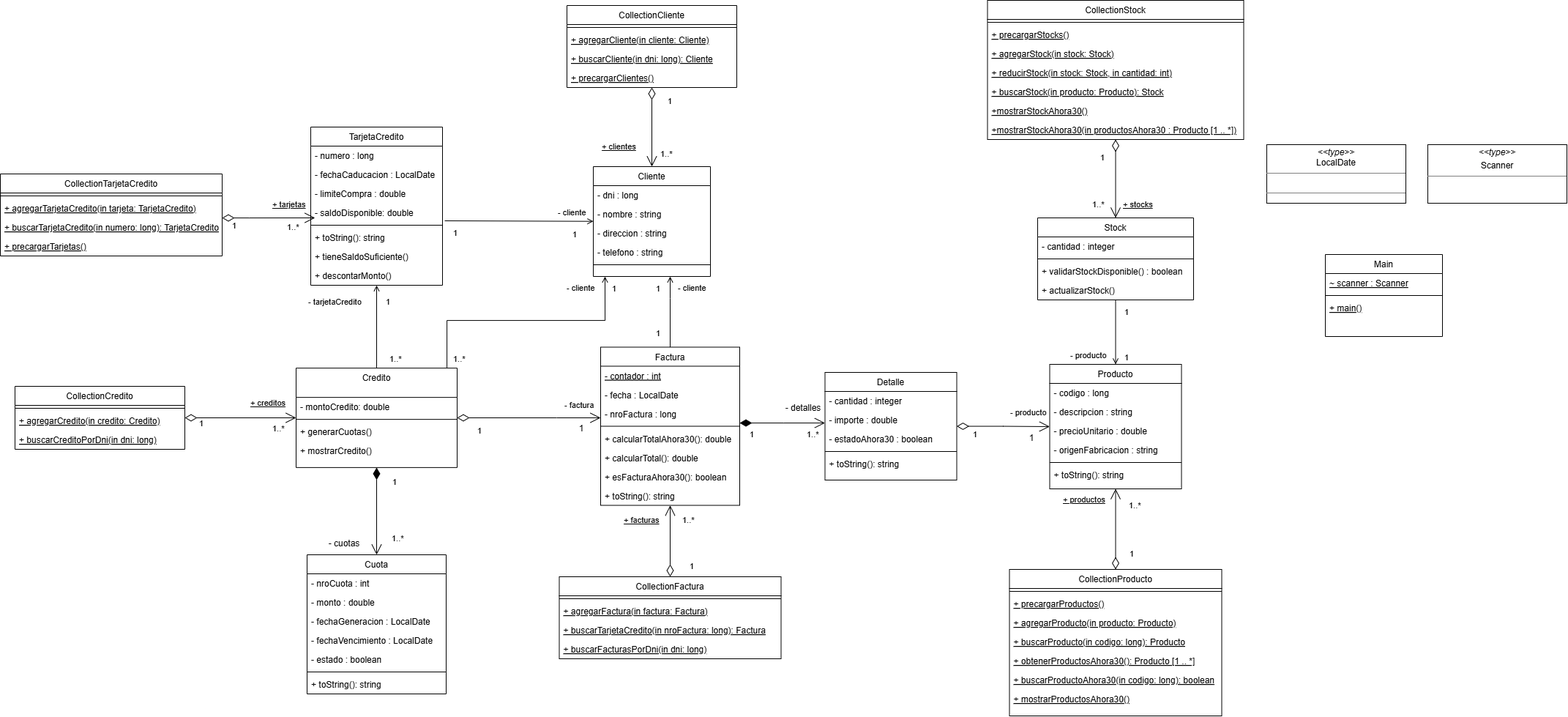
Before: UMLs/diagramatp7grupo6.drawio.png, a diagram exported from draw.io (santip019/tp7_grupo6). Source tidied: cells renumbered, new cells last; positions are measured from the earlier drawing's top-left corner, leaving out a move shared by most shapes.
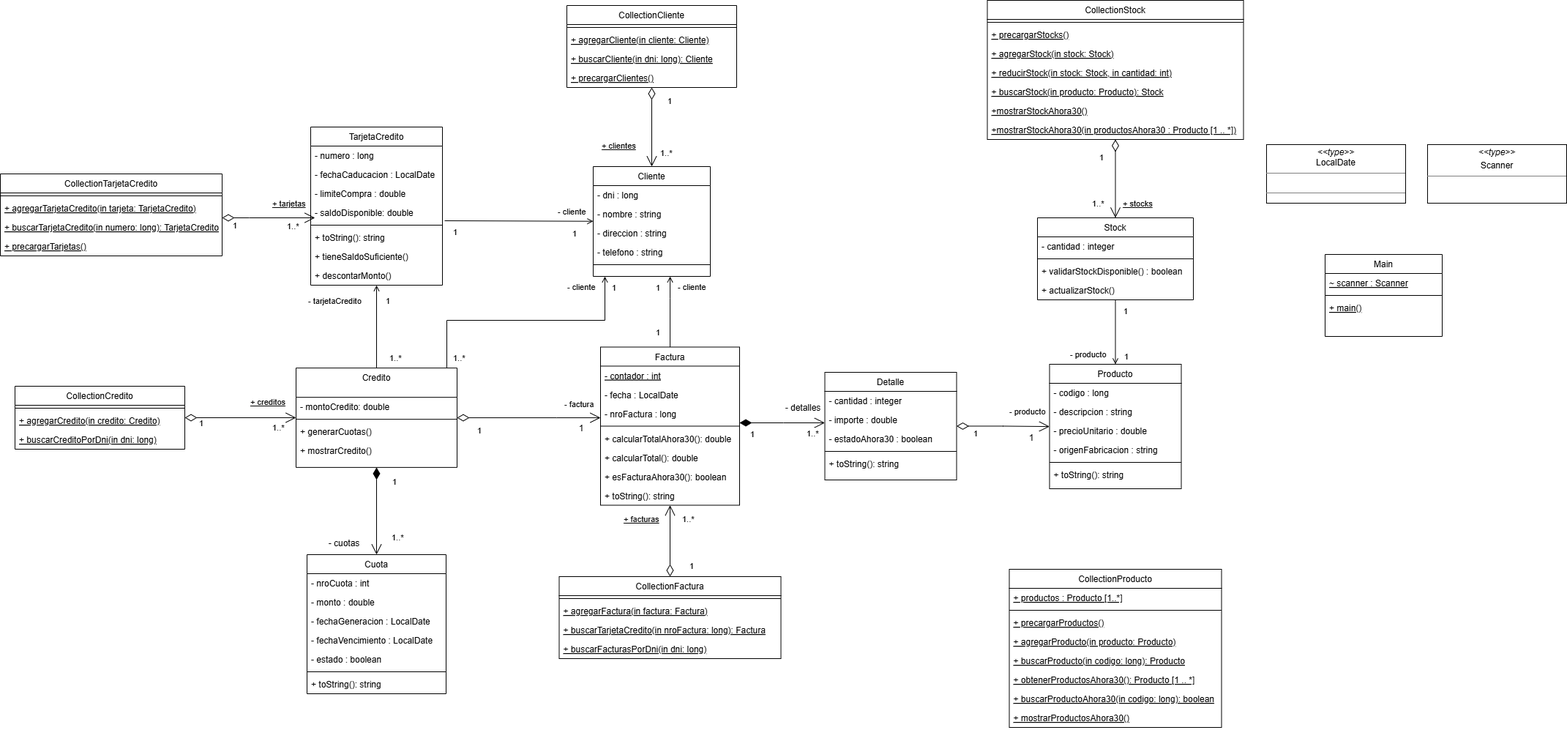
The same diagram one commit later.

Change to the diagram source:
```diff
@@ -371,40 +371,32 @@
       <mxGeometry y="138" width="180" height="26" as="geometry" />
     </mxCell>
     <mxCell id="116" value="CollectionProducto" style="swimlane;fontStyle=0;align=center;verticalAlign=top;horizontal=1;startSize=26;rounded=0;shadow=0;strokeWidth=1;" parent="1" vertex="1">
-      <mxGeometry x="1378.5" y="777" width="290" height="200" as="geometry" />
+      <mxGeometry x="1378.5" y="777" width="290" height="216" as="geometry" />
     </mxCell>
+    <mxCell id="148" value="+ productos : Producto [1..*]" style="text;align=left;verticalAlign=top;spacingLeft=4;spacingRight=4;overflow=hidden;fontStyle=4;" parent="116" vertex="1">
+      <mxGeometry y="26" width="290" height="26" as="geometry" />
+    </mxCell>
     <mxCell id="117" style="line;html=1;strokeWidth=1;align=left;verticalAlign=middle;spacingTop=-1;spacingLeft=3;spacingRight=3;labelPosition=right;" parent="116" vertex="1">
-      <mxGeometry y="26" width="290" height="8" as="geometry" />
+      <mxGeometry y="52" width="290" height="8" as="geometry" />
     </mxCell>
     <mxCell id="118" value="+ precargarProductos()" style="text;align=left;verticalAlign=top;spacingLeft=4;spacingRight=4;overflow=hidden;fontStyle=4;" parent="116" vertex="1">
-      <mxGeometry y="34" width="290" height="26" as="geometry" />
+      <mxGeometry y="60" width="290" height="26" as="geometry" />
     </mxCell>
     <mxCell id="119" value="+ agregarProducto(in producto: Producto)" style="text;align=left;verticalAlign=top;spacingLeft=4;spacingRight=4;overflow=hidden;fontStyle=4;" parent="116" vertex="1">
-      <mxGeometry y="60" width="290" height="26" as="geometry" />
+      <mxGeometry y="86" width="290" height="26" as="geometry" />
     </mxCell>
     <mxCell id="120" value="+ buscarProducto(in codigo: long): Producto" style="text;align=left;verticalAlign=top;spacingLeft=4;spacingRight=4;overflow=hidden;fontStyle=4;" parent="116" vertex="1">
-      <mxGeometry y="86" width="290" height="26" as="geometry" />
+      <mxGeometry y="112" width="290" height="26" as="geometry" />
     </mxCell>
     <mxCell id="121" value="+ obtenerProductosAhora30(): Producto [1 .. *]" style="text;align=left;verticalAlign=top;spacingLeft=4;spacingRight=4;overflow=hidden;fontStyle=4;" parent="116" vertex="1">
-      <mxGeometry y="112" width="290" height="26" as="geometry" />
+      <mxGeometry y="138" width="290" height="26" as="geometry" />
     </mxCell>
     <mxCell id="122" value="+ buscarProductoAhora30(in codigo: long): boolean" style="text;align=left;verticalAlign=top;spacingLeft=4;spacingRight=4;overflow=hidden;fontStyle=4;" parent="116" vertex="1">
-      <mxGeometry y="138" width="290" height="26" as="geometry" />
+      <mxGeometry y="164" width="290" height="26" as="geometry" />
     </mxCell>
     <mxCell id="123" value="+ mostrarProductosAhora30()" style="text;align=left;verticalAlign=top;spacingLeft=4;spacingRight=4;overflow=hidden;fontStyle=4;" parent="116" vertex="1">
-      <mxGeometry y="164" width="290" height="26" as="geometry" />
+      <mxGeometry y="190" width="290" height="26" as="geometry" />
     </mxCell>
-    <mxCell id="124" value="1" style="endArrow=open;html=1;endSize=12;startArrow=diamondThin;startSize=14;startFill=0;edgeStyle=orthogonalEdgeStyle;align=left;verticalAlign=bottom;rounded=0;" parent="1" edge="1" source="116" target="109">
-      <mxGeometry x="-0.79" y="-16" relative="1" as="geometry">
-        <mxPoint x="1" as="offset" />
-      </mxGeometry>
-    </mxCell>
-    <mxCell id="125" value="1..*" style="edgeLabel;html=1;align=left;verticalAlign=bottom;" parent="1" vertex="1">
-      <mxGeometry x="1540" y="697" as="geometry" />
-    </mxCell>
-    <mxCell id="126" value="&lt;u&gt;+ productos&lt;/u&gt;" style="edgeLabel;html=1;align=left;verticalAlign=bottom;" parent="1" vertex="1">
-      <mxGeometry x="1450" y="689.5" as="geometry" />
-    </mxCell>
     <mxCell id="127" value="1" style="edgeLabel;html=1;align=left;verticalAlign=bottom;" parent="1" vertex="1">
       <mxGeometry x="820" y="398" as="geometry">
         <mxPoint x="14" y="3" as="offset" />
```
